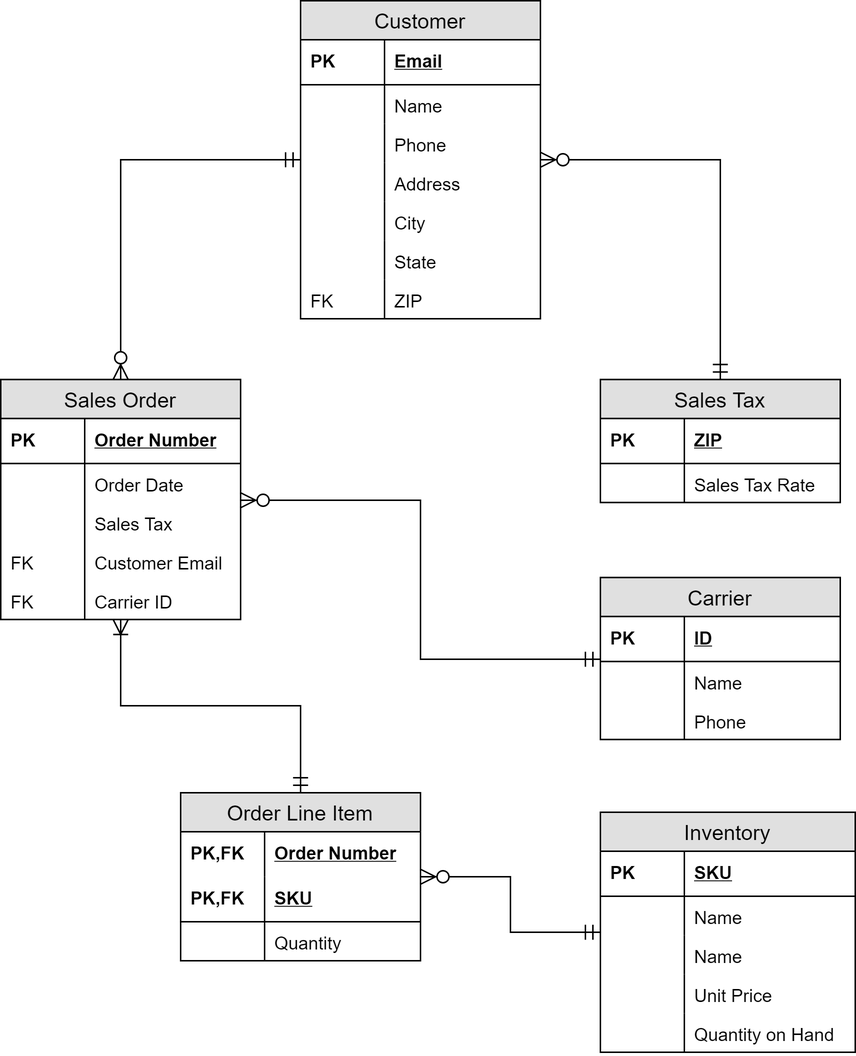
Above: images/normal-step11.png in accountingarchitecture/accountingarchitecture.github.io (draw.io), before the change. Source tidied: cells renumbered, new cells last; positions are measured from the earlier drawing's top-left corner, leaving out a move shared by most shapes.
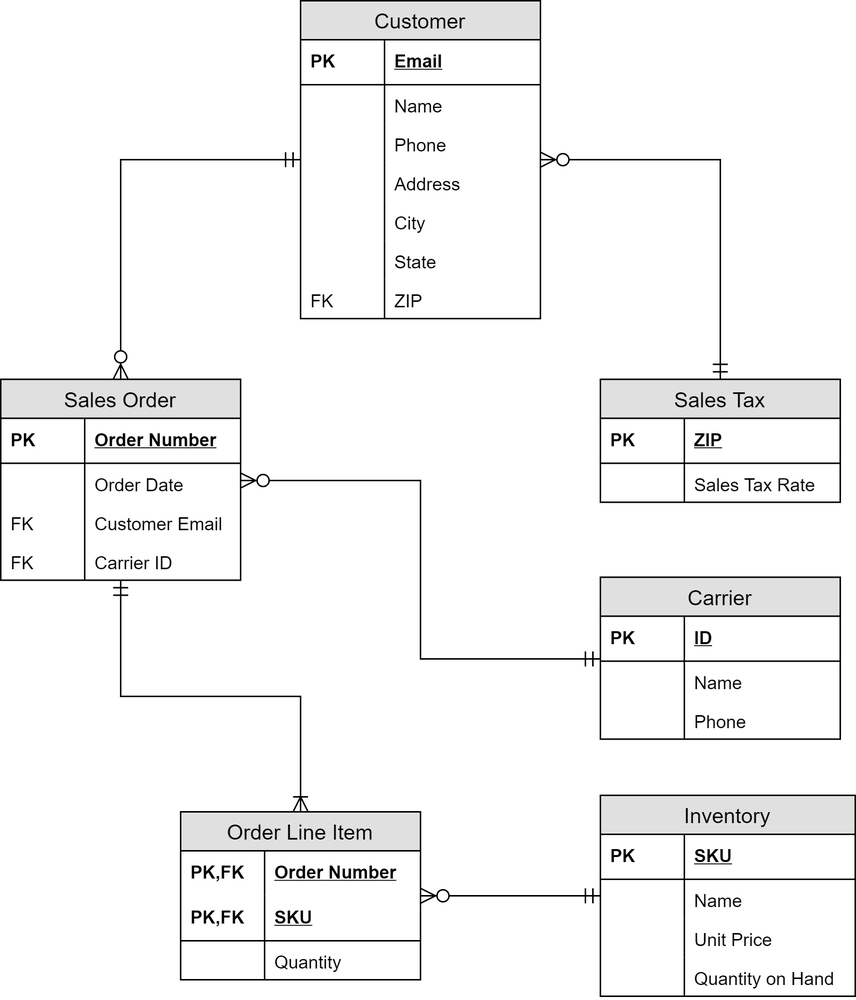
The same diagram one commit later.

The edit, as a diff of the source:
```diff
@@ -2,7 +2,7 @@
   <root>
     <mxCell id="0" />
     <mxCell id="1" parent="0" />
-    <mxCell id="2" style="edgeStyle=orthogonalEdgeStyle;rounded=0;jettySize=auto;html=1;endSize=8;startSize=8;startArrow=ERmandOne;startFill=0;endArrow=ERzeroToMany;endFill=1;" parent="1" edge="1" source="3" target="44">
+    <mxCell id="2" style="edgeStyle=orthogonalEdgeStyle;rounded=0;jettySize=auto;html=1;endSize=8;startSize=8;startArrow=ERmandOne;startFill=0;endArrow=ERzeroToMany;endFill=1;" parent="1" edge="1" source="3" target="42">
       <mxGeometry relative="1" as="geometry">
         <Array as="points">
           <mxPoint x="80" y="106" />
@@ -54,7 +54,7 @@
     <mxCell id="17" value="FK" style="shape=partialRectangle;top=0;left=0;bottom=0;fillColor=none;align=left;verticalAlign=top;spacingLeft=4;spacingRight=4;overflow=hidden;fontSize=12;" parent="16" vertex="1">
       <mxGeometry width="56" height="26" as="geometry" />
     </mxCell>
-    <mxCell id="18" style="edgeStyle=orthogonalEdgeStyle;rounded=0;jettySize=auto;html=1;endSize=8;startSize=8;startArrow=ERmandOne;startFill=0;endArrow=ERzeroToMany;endFill=1;" parent="1" edge="1" source="19" target="44">
+    <mxCell id="18" style="edgeStyle=orthogonalEdgeStyle;rounded=0;jettySize=auto;html=1;endSize=8;startSize=8;startArrow=ERmandOne;startFill=0;endArrow=ERzeroToMany;endFill=1;" parent="1" edge="1" source="19" target="42">
       <mxGeometry relative="1" as="geometry" />
     </mxCell>
     <mxCell id="19" value="Carrier" style="swimlane;fontStyle=0;horizontal=1;startSize=26;fillColor=#e0e0e0;swimlaneFillColor=#ffffff;align=center;fontSize=14;" parent="1" vertex="1">
@@ -100,11 +100,11 @@
     <mxCell id="31" style="shape=partialRectangle;top=0;left=0;bottom=0;fillColor=none;align=left;verticalAlign=top;spacingLeft=4;spacingRight=4;overflow=hidden;fontSize=12;" parent="30" vertex="1">
       <mxGeometry width="56" height="26" as="geometry" />
     </mxCell>
-    <mxCell id="32" style="edgeStyle=orthogonalEdgeStyle;rounded=0;jettySize=auto;html=1;startArrow=ERmandOne;startFill=0;startSize=8;endArrow=ERzeroToMany;endFill=1;endSize=8;" parent="1" edge="1" source="33" target="56">
+    <mxCell id="32" style="edgeStyle=orthogonalEdgeStyle;rounded=0;jettySize=auto;html=1;startArrow=ERmandOne;startFill=0;startSize=8;endArrow=ERzeroToMany;endFill=1;endSize=8;" parent="1" edge="1" source="33" target="52">
       <mxGeometry relative="1" as="geometry" />
     </mxCell>
     <mxCell id="33" value="Inventory" style="swimlane;fontStyle=0;horizontal=1;startSize=26;fillColor=#e0e0e0;swimlaneFillColor=#ffffff;align=center;fontSize=14;" parent="1" vertex="1">
-      <mxGeometry x="400" y="541" width="170" height="160" as="geometry" />
+      <mxGeometry x="400" y="530" width="170" height="134" as="geometry" />
     </mxCell>
     <mxCell id="34" value="SKU" style="shape=partialRectangle;top=0;left=0;right=0;bottom=1;align=left;verticalAlign=middle;fillColor=none;spacingLeft=60;spacingRight=4;overflow=hidden;fontStyle=5;fontSize=12;" parent="33" vertex="1">
       <mxGeometry y="26" width="170" height="30" as="geometry" />
@@ -118,80 +118,68 @@
     <mxCell id="37" style="shape=partialRectangle;top=0;left=0;bottom=0;fillColor=none;align=left;verticalAlign=top;spacingLeft=4;spacingRight=4;overflow=hidden;fontSize=12;" parent="36" vertex="1">
       <mxGeometry width="56" height="26" as="geometry" />
     </mxCell>
-    <mxCell id="38" value="Name" style="shape=partialRectangle;top=0;left=0;right=0;bottom=0;align=left;verticalAlign=top;fillColor=none;spacingLeft=60;spacingRight=4;overflow=hidden;fontSize=12;" parent="33" vertex="1">
+    <mxCell id="38" value="Unit Price" style="shape=partialRectangle;top=0;left=0;right=0;bottom=0;align=left;verticalAlign=top;fillColor=none;spacingLeft=60;spacingRight=4;overflow=hidden;fontSize=12;" parent="33" vertex="1">
       <mxGeometry y="82" width="170" height="26" as="geometry" />
     </mxCell>
     <mxCell id="39" style="shape=partialRectangle;top=0;left=0;bottom=0;fillColor=none;align=left;verticalAlign=top;spacingLeft=4;spacingRight=4;overflow=hidden;fontSize=12;" parent="38" vertex="1">
       <mxGeometry width="56" height="26" as="geometry" />
     </mxCell>
-    <mxCell id="40" value="Unit Price" style="shape=partialRectangle;top=0;left=0;right=0;bottom=0;align=left;verticalAlign=top;fillColor=none;spacingLeft=60;spacingRight=4;overflow=hidden;fontSize=12;" parent="33" vertex="1">
+    <mxCell id="40" value="Quantity on Hand" style="shape=partialRectangle;top=0;left=0;right=0;bottom=0;align=left;verticalAlign=top;fillColor=none;spacingLeft=60;spacingRight=4;overflow=hidden;fontSize=12;" parent="33" vertex="1">
       <mxGeometry y="108" width="170" height="26" as="geometry" />
     </mxCell>
     <mxCell id="41" style="shape=partialRectangle;top=0;left=0;bottom=0;fillColor=none;align=left;verticalAlign=top;spacingLeft=4;spacingRight=4;overflow=hidden;fontSize=12;" parent="40" vertex="1">
       <mxGeometry width="56" height="26" as="geometry" />
     </mxCell>
-    <mxCell id="42" value="Quantity on Hand" style="shape=partialRectangle;top=0;left=0;right=0;bottom=0;align=left;verticalAlign=top;fillColor=none;spacingLeft=60;spacingRight=4;overflow=hidden;points=[[0,0.5],[1,0.5]];portConstraint=eastwest;fontSize=12;" parent="33" vertex="1">
-      <mxGeometry y="134" width="170" height="26" as="geometry" />
+    <mxCell id="42" value="Sales Order" style="swimlane;fontStyle=0;horizontal=1;startSize=26;fillColor=#e0e0e0;swimlaneFillColor=#ffffff;align=center;fontSize=14;" parent="1" vertex="1">
+      <mxGeometry y="252.5" width="160" height="134" as="geometry" />
     </mxCell>
-    <mxCell id="43" style="shape=partialRectangle;top=0;left=0;bottom=0;fillColor=none;align=left;verticalAlign=top;spacingLeft=4;spacingRight=4;overflow=hidden;fontSize=12;" parent="42" vertex="1">
-      <mxGeometry width="56" height="26" as="geometry" />
+    <mxCell id="43" value="Order Number" style="shape=partialRectangle;top=0;left=0;right=0;bottom=1;align=left;verticalAlign=middle;fillColor=none;spacingLeft=60;spacingRight=4;overflow=hidden;fontStyle=5;fontSize=12;" parent="42" vertex="1">
+      <mxGeometry y="26" width="160" height="30" as="geometry" />
     </mxCell>
-    <mxCell id="44" value="Sales Order" style="swimlane;fontStyle=0;horizontal=1;startSize=26;fillColor=#e0e0e0;swimlaneFillColor=#ffffff;align=center;fontSize=14;" parent="1" vertex="1">
-      <mxGeometry y="252.5" width="160" height="160" as="geometry" />
+    <mxCell id="44" value="PK" style="shape=partialRectangle;fontStyle=1;top=0;left=0;bottom=0;fillColor=none;align=left;verticalAlign=middle;spacingLeft=4;spacingRight=4;overflow=hidden;points=[];portConstraint=eastwest;fontSize=12;" parent="43" vertex="1">
+      <mxGeometry width="56" height="30" as="geometry" />
     </mxCell>
-    <mxCell id="45" value="Order Number" style="shape=partialRectangle;top=0;left=0;right=0;bottom=1;align=left;verticalAlign=middle;fillColor=none;spacingLeft=60;spacingRight=4;overflow=hidden;fontStyle=5;fontSize=12;" parent="44" vertex="1">
-      <mxGeometry y="26" width="160" height="30" as="geometry" />
+    <mxCell id="45" value="Order Date" style="shape=partialRectangle;top=0;left=0;right=0;bottom=0;align=left;verticalAlign=top;fillColor=none;spacingLeft=60;spacingRight=4;overflow=hidden;fontSize=12;" parent="42" vertex="1">
+      <mxGeometry y="56" width="160" height="26" as="geometry" />
     </mxCell>
-    <mxCell id="46" value="PK" style="shape=partialRectangle;fontStyle=1;top=0;left=0;bottom=0;fillColor=none;align=left;verticalAlign=middle;spacingLeft=4;spacingRight=4;overflow=hidden;fontSize=12;" parent="45" vertex="1">
-      <mxGeometry width="56" height="30" as="geometry" />
+    <mxCell id="46" style="shape=partialRectangle;top=0;left=0;bottom=0;fillColor=none;align=left;verticalAlign=top;spacingLeft=4;spacingRight=4;overflow=hidden;fontSize=12;" parent="45" vertex="1">
+      <mxGeometry width="56" height="26" as="geometry" />
     </mxCell>
-    <mxCell id="47" value="Order Date" style="shape=partialRectangle;top=0;left=0;right=0;bottom=0;align=left;verticalAlign=top;fillColor=none;spacingLeft=60;spacingRight=4;overflow=hidden;fontSize=12;" parent="44" vertex="1">
-      <mxGeometry y="56" width="160" height="26" as="geometry" />
+    <mxCell id="47" value="Customer Email&#10;" style="shape=partialRectangle;top=0;left=0;right=0;bottom=0;align=left;verticalAlign=top;fillColor=none;spacingLeft=60;spacingRight=4;overflow=hidden;fontSize=12;" parent="42" vertex="1">
+      <mxGeometry y="82" width="160" height="26" as="geometry" />
     </mxCell>
-    <mxCell id="48" style="shape=partialRectangle;top=0;left=0;bottom=0;fillColor=none;align=left;verticalAlign=top;spacingLeft=4;spacingRight=4;overflow=hidden;fontSize=12;" parent="47" vertex="1">
+    <mxCell id="48" value="FK" style="shape=partialRectangle;top=0;left=0;bottom=0;fillColor=none;align=left;verticalAlign=top;spacingLeft=4;spacingRight=4;overflow=hidden;fontSize=12;" parent="47" vertex="1">
       <mxGeometry width="56" height="26" as="geometry" />
     </mxCell>
-    <mxCell id="49" value="Sales Tax&#10;" style="shape=partialRectangle;top=0;left=0;right=0;bottom=0;align=left;verticalAlign=top;fillColor=none;spacingLeft=60;spacingRight=4;overflow=hidden;fontSize=12;" parent="44" vertex="1">
-      <mxGeometry y="82" width="160" height="26" as="geometry" />
+    <mxCell id="49" value="Carrier ID&#10;" style="shape=partialRectangle;top=0;left=0;right=0;bottom=0;align=left;verticalAlign=top;fillColor=none;spacingLeft=60;spacingRight=4;overflow=hidden;fontSize=12;" parent="42" vertex="1">
+      <mxGeometry y="108" width="160" height="26" as="geometry" />
     </mxCell>
-    <mxCell id="50" style="shape=partialRectangle;top=0;left=0;bottom=0;fillColor=none;align=left;verticalAlign=top;spacingLeft=4;spacingRight=4;overflow=hidden;fontSize=12;" parent="49" vertex="1">
+    <mxCell id="50" value="FK" style="shape=partialRectangle;top=0;left=0;bottom=0;fillColor=none;align=left;verticalAlign=top;spacingLeft=4;spacingRight=4;overflow=hidden;fontSize=12;" parent="49" vertex="1">
       <mxGeometry width="56" height="26" as="geometry" />
     </mxCell>
-    <mxCell id="51" value="Customer Email&#10;" style="shape=partialRectangle;top=0;left=0;right=0;bottom=0;align=left;verticalAlign=top;fillColor=none;spacingLeft=60;spacingRight=4;overflow=hidden;fontSize=12;" parent="44" vertex="1">
-      <mxGeometry y="108" width="160" height="26" as="geometry" />
+    <mxCell id="51" style="edgeStyle=orthogonalEdgeStyle;rounded=0;jettySize=auto;html=1;startArrow=ERoneToMany;startFill=0;startSize=8;endArrow=ERmandOne;endFill=0;endSize=8;" parent="1" edge="1" source="52" target="42">
+      <mxGeometry relative="1" as="geometry" />
     </mxCell>
-    <mxCell id="52" value="FK" style="shape=partialRectangle;top=0;left=0;bottom=0;fillColor=none;align=left;verticalAlign=top;spacingLeft=4;spacingRight=4;overflow=hidden;points=[];portConstraint=eastwest;fontSize=12;" parent="51" vertex="1">
-      <mxGeometry width="56" height="26" as="geometry" />
+    <mxCell id="52" value="Order Line Item" style="swimlane;fontStyle=0;horizontal=1;startSize=26;fillColor=#e0e0e0;swimlaneFillColor=#ffffff;align=center;fontSize=14;" parent="1" vertex="1">
+      <mxGeometry x="120" y="541" width="160" height="112" as="geometry" />
     </mxCell>
-    <mxCell id="53" value="Carrier ID&#10;" style="shape=partialRectangle;top=0;left=0;right=0;bottom=0;align=left;verticalAlign=top;fillColor=none;spacingLeft=60;spacingRight=4;overflow=hidden;fontSize=12;" parent="44" vertex="1">
-      <mxGeometry y="134" width="160" height="26" as="geometry" />
+    <mxCell id="53" value="Order Number" style="shape=partialRectangle;top=0;left=0;right=0;bottom=0;align=left;verticalAlign=middle;fillColor=none;spacingLeft=60;spacingRight=4;overflow=hidden;fontStyle=5;fontSize=12;" parent="52" vertex="1">
+      <mxGeometry y="26" width="160" height="30" as="geometry" />
     </mxCell>
-    <mxCell id="54" value="FK" style="shape=partialRectangle;top=0;left=0;bottom=0;fillColor=none;align=left;verticalAlign=top;spacingLeft=4;spacingRight=4;overflow=hidden;fontSize=12;" parent="53" vertex="1">
-      <mxGeometry width="56" height="26" as="geometry" />
+    <mxCell id="54" value="PK,FK" style="shape=partialRectangle;fontStyle=1;top=0;left=0;bottom=0;fillColor=none;align=left;verticalAlign=middle;spacingLeft=4;spacingRight=4;overflow=hidden;fontSize=12;" parent="53" vertex="1">
+      <mxGeometry width="56" height="30" as="geometry" />
     </mxCell>
-    <mxCell id="55" style="edgeStyle=orthogonalEdgeStyle;rounded=0;jettySize=auto;html=1;startArrow=ERmandOne;startFill=0;startSize=8;endArrow=ERoneToMany;endFill=0;endSize=8;" parent="1" edge="1" source="56" target="44">
-      <mxGeometry relative="1" as="geometry" />
+    <mxCell id="55" value="SKU" style="shape=partialRectangle;top=0;left=0;right=0;bottom=1;align=left;verticalAlign=middle;fillColor=none;spacingLeft=60;spacingRight=4;overflow=hidden;fontStyle=5;fontSize=12;" parent="52" vertex="1">
+      <mxGeometry y="56" width="160" height="30" as="geometry" />
     </mxCell>
-    <mxCell id="56" value="Order Line Item" style="swimlane;fontStyle=0;horizontal=1;startSize=26;fillColor=#e0e0e0;swimlaneFillColor=#ffffff;align=center;fontSize=14;" parent="1" vertex="1">
-      <mxGeometry x="120" y="528" width="160" height="112" as="geometry" />
+    <mxCell id="56" value="PK,FK" style="shape=partialRectangle;fontStyle=1;top=0;left=0;bottom=0;fillColor=none;align=left;verticalAlign=middle;spacingLeft=4;spacingRight=4;overflow=hidden;points=[];portConstraint=eastwest;fontSize=12;" parent="55" vertex="1">
+      <mxGeometry width="56" height="30" as="geometry" />
     </mxCell>
-    <mxCell id="57" value="Order Number" style="shape=partialRectangle;top=0;left=0;right=0;bottom=0;align=left;verticalAlign=middle;fillColor=none;spacingLeft=60;spacingRight=4;overflow=hidden;fontStyle=5;fontSize=12;" parent="56" vertex="1">
-      <mxGeometry y="26" width="160" height="30" as="geometry" />
+    <mxCell id="57" value="Quantity" style="shape=partialRectangle;top=0;left=0;right=0;bottom=0;align=left;verticalAlign=top;fillColor=none;spacingLeft=60;spacingRight=4;overflow=hidden;fontSize=12;" parent="52" vertex="1">
+      <mxGeometry y="86" width="160" height="26" as="geometry" />
     </mxCell>
-    <mxCell id="58" value="PK,FK" style="shape=partialRectangle;fontStyle=1;top=0;left=0;bottom=0;fillColor=none;align=left;verticalAlign=middle;spacingLeft=4;spacingRight=4;overflow=hidden;fontSize=12;" parent="57" vertex="1">
-      <mxGeometry width="56" height="30" as="geometry" />
+    <mxCell id="58" style="shape=partialRectangle;top=0;left=0;bottom=0;fillColor=none;align=left;verticalAlign=top;spacingLeft=4;spacingRight=4;overflow=hidden;fontSize=12;" parent="57" vertex="1">
+      <mxGeometry width="56" height="26" as="geometry" />
     </mxCell>
-    <mxCell id="59" value="SKU" style="shape=partialRectangle;top=0;left=0;right=0;bottom=1;align=left;verticalAlign=middle;fillColor=none;spacingLeft=60;spacingRight=4;overflow=hidden;fontStyle=5;fontSize=12;" parent="56" vertex="1">
-      <mxGeometry y="56" width="160" height="30" as="geometry" />
-    </mxCell>
-    <mxCell id="60" value="PK,FK" style="shape=partialRectangle;fontStyle=1;top=0;left=0;bottom=0;fillColor=none;align=left;verticalAlign=middle;spacingLeft=4;spacingRight=4;overflow=hidden;fontSize=12;" parent="59" vertex="1">
-      <mxGeometry width="56" height="30" as="geometry" />
-    </mxCell>
-    <mxCell id="61" value="Quantity" style="shape=partialRectangle;top=0;left=0;right=0;bottom=0;align=left;verticalAlign=top;fillColor=none;spacingLeft=60;spacingRight=4;overflow=hidden;fontSize=12;" parent="56" vertex="1">
-      <mxGeometry y="86" width="160" height="26" as="geometry" />
-    </mxCell>
-    <mxCell id="62" style="shape=partialRectangle;top=0;left=0;bottom=0;fillColor=none;align=left;verticalAlign=top;spacingLeft=4;spacingRight=4;overflow=hidden;fontSize=12;" parent="61" vertex="1">
-      <mxGeometry width="56" height="26" as="geometry" />
-    </mxCell>
   </root>
 </mxGraphModel>
```
